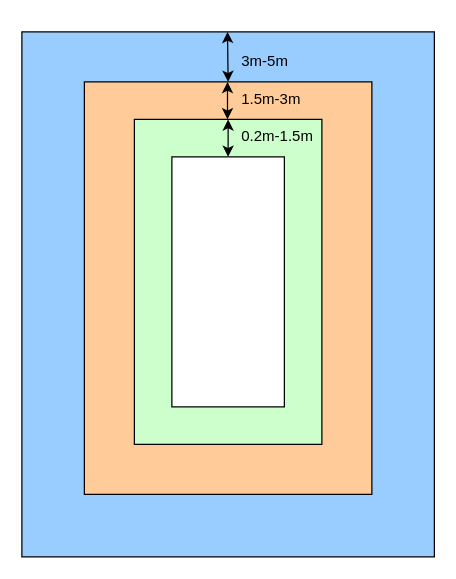
Before: 未命名绘图.drawio in zkailinzhang/12306-I-have-got-the-train-ticket., a draw.io diagram. Source tidied: cells renumbered, new cells numbered last; positions are measured from the earlier drawing's top-left corner, leaving out a move shared by most shapes. Both pictures are drawn from the tidied source at 125%, with x=0, y=0 at pixel (21, 31).
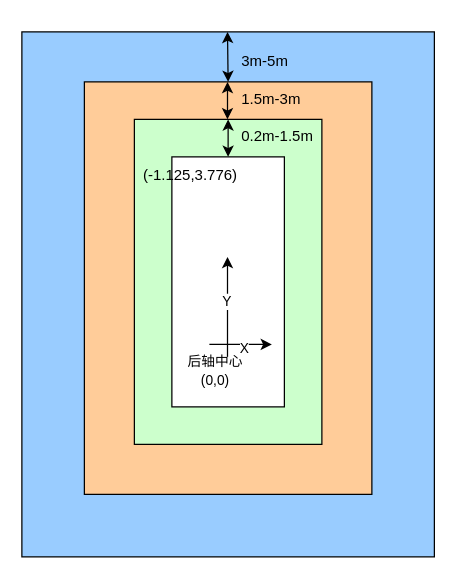
After the change.

Commit message:
更新未命名绘图.drawio

Diff of the diagram source:
```diff
@@
+    <mxCell id="12" style="endArrow=classic;html=1;rounded=0;" parent="1" edge="1">
+      <mxGeometry relative="1" as="geometry">
+        <mxPoint x="164.5" y="260" as="sourcePoint" />
+        <mxPoint x="164.5" y="180" as="targetPoint" />
+      </mxGeometry>
+    </mxCell>
+    <mxCell id="13" value="Y" style="edgeLabel;html=1;align=center;verticalAlign=middle;" parent="12" vertex="1">
+      <mxGeometry x="0.12" y="1" relative="1" as="geometry" />
+    </mxCell>
+    <mxCell id="14" style="endArrow=classic;html=1;rounded=0;" parent="1" edge="1">
+      <mxGeometry relative="1" as="geometry">
+        <mxPoint x="150" y="250" as="sourcePoint" />
+        <mxPoint x="200" y="250" as="targetPoint" />
+      </mxGeometry>
+    </mxCell>
+    <mxCell id="15" value="X" style="edgeLabel;html=1;align=center;verticalAlign=middle;" parent="14" vertex="1">
+      <mxGeometry x="0.08" y="-2" relative="1" as="geometry" />
+    </mxCell>
+    <mxCell id="16" value="&lt;font style=&quot;font-size: 11px;&quot;&gt;后轴中心(0,0)&lt;/font&gt;" style="text;html=1;strokeColor=none;fillColor=none;align=center;verticalAlign=middle;whiteSpace=wrap;rounded=0;" parent="1" vertex="1">
+      <mxGeometry x="130" y="270" width="50" as="geometry" />
+    </mxCell>
+    <mxCell id="17" value="(-1.125,3.776)" style="text;html=1;strokeColor=none;fillColor=none;align=center;verticalAlign=middle;whiteSpace=wrap;rounded=0;" parent="1" vertex="1">
+      <mxGeometry x="120" y="100" width="30" height="30" as="geometry" />
+    </mxCell>
```
